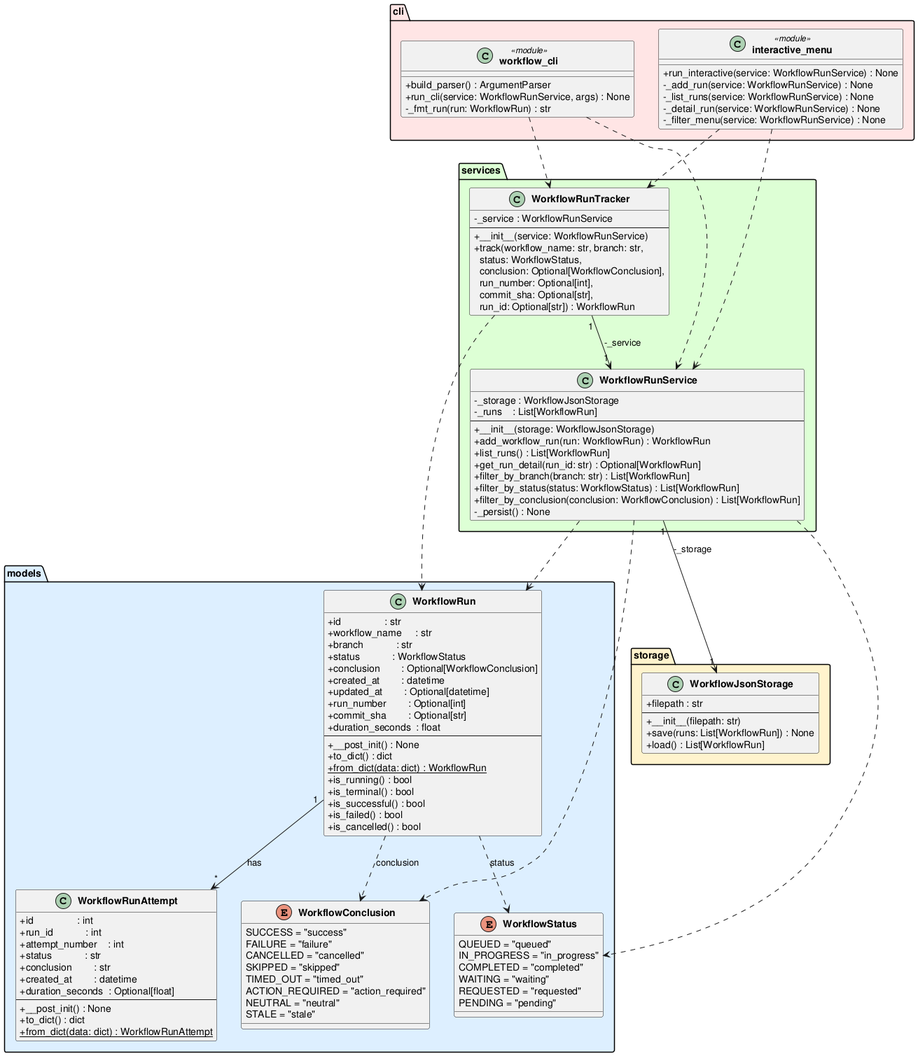
DanielRiha8906/Software_autoevolution_using_agents keeps this PlantUML diagram as experiments/pipeline/test_driven/github-workflow-manager/artifacts/class_diagram.png. Above is the earlier version.
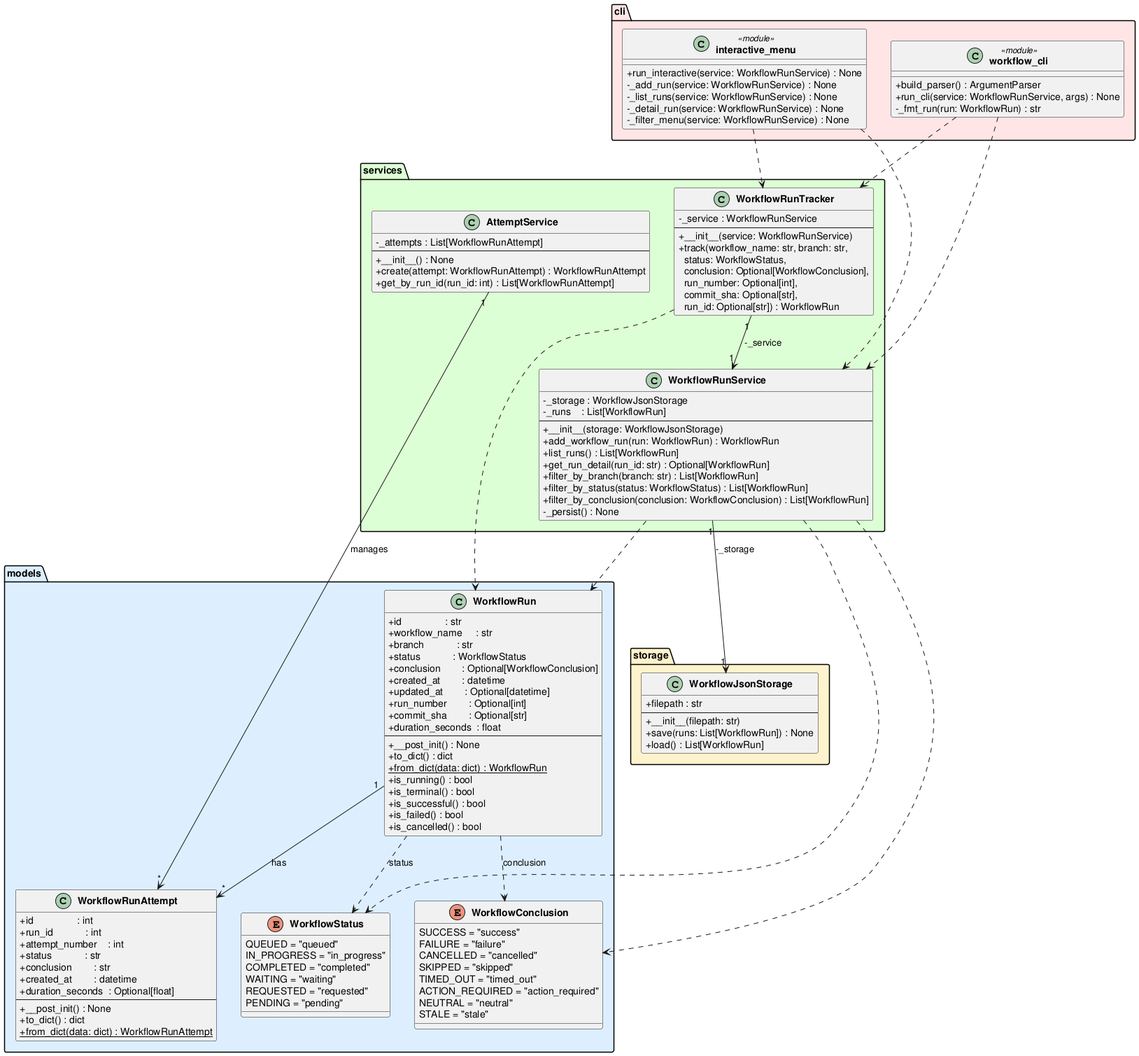
After the change.

What changed in the source:
```diff
@@ -92,6 +92,14 @@
         +__init__(service: WorkflowRunService)
         +track(workflow_name: str, branch: str,\n  status: WorkflowStatus,\n  conclusion: Optional[WorkflowConclusion],\n  run_number: Optional[int],\n  commit_sha: Optional[str],\n  run_id: Optional[str]) : WorkflowRun
     }
+
+    class AttemptService {
+        -_attempts : List[WorkflowRunAttempt]
+        --
+        +__init__() : None
+        +create(attempt: WorkflowRunAttempt) : WorkflowRunAttempt
+        +get_by_run_id(run_id: int) : List[WorkflowRunAttempt]
+    }
 }
 
 package "cli" #FFE5E5 {
@@ -119,6 +127,7 @@
 WorkflowRunService         ..>  WorkflowConclusion
 WorkflowRunTracker    "1" --> "1" WorkflowRunService  : -_service
 WorkflowRunTracker         ..>  WorkflowRun
+AttemptService       "1" --> "*" WorkflowRunAttempt : manages
 "workflow_cli"             ..>  WorkflowRunService
 "workflow_cli"             ..>  WorkflowRunTracker
 "interactive_menu"         ..>  WorkflowRunService
```
